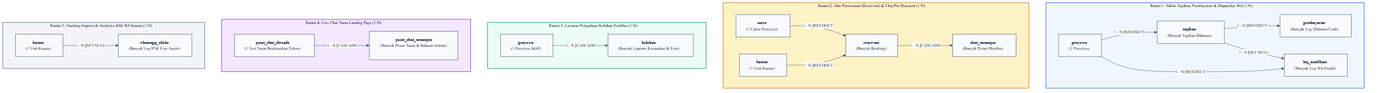
Before: Blueprint/erd/diagram_relasi_one_to_many.png, a diagram exported from Mermaid (rafifarsyapradiva/asri-boarding-house). Its source is kept beside it as Blueprint/erd/diagram_relasi_one_to_many.mmd.
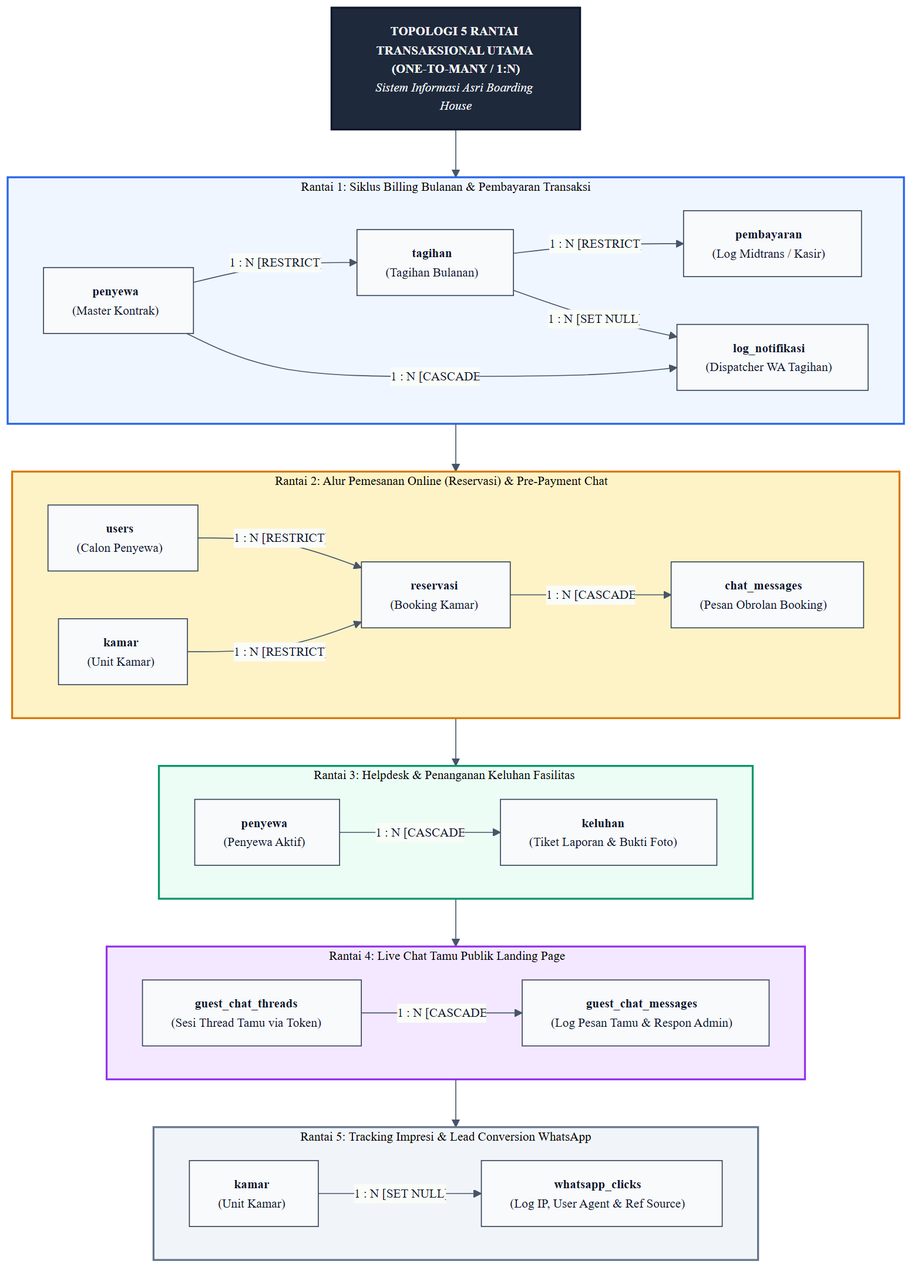
After the change.

The edit, as a diff of the source:
```diff
@@ -5,43 +5,52 @@
     'primaryTextColor': '#0F172A',
     'primaryBorderColor': '#334155',
     'lineColor': '#475569',
-    'fontSize': '12px',
+    'fontSize': '13px',
     'fontFamily': 'Inter, system-ui, sans-serif'
   }
 }}%%
-flowchart TD
-    subgraph CHAIN1["Rantai 1: Siklus Tagihan, Pembayaran & Dispatcher WA (1:N)"]
+flowchart TB
+    TITLE["<b>TOPOLOGI 5 RANTAI TRANSAKSIONAL UTAMA (ONE-TO-MANY / 1:N)</b><br><i>Sistem Informasi Asri Boarding House</i>"]
+
+    subgraph CHAIN1["Rantai 1: Siklus Billing Bulanan & Pembayaran Transaksi"]
         direction LR
-        P["<b>penyewa</b><br>(1 Penyewa)"] -->|"1 : N [RESTRICT]"| T["<b>tagihan</b><br>(Banyak Tagihan Bulanan)"]
-        T -->|"1 : N [RESTRICT]"| PAY["<b>pembayaran</b><br>(Banyak Log Midtrans/Cash)"]
-        T -->|"1 : N [SET NULL]"| NOTIF["<b>log_notifikasi</b><br>(Banyak Log WA/Email)"]
-        P -->|"1 : N [RESTRICT]"| NOTIF
+        P1["<b>penyewa</b><br>(Master Kontrak)"] -->|"1 : N [RESTRICT]"| T1["<b>tagihan</b><br>(Tagihan Bulanan)"]
+        T1 -->|"1 : N [RESTRICT]"| PAY1["<b>pembayaran</b><br>(Log Midtrans / Kasir)"]
+        T1 -->|"1 : N [SET NULL]"| NOTIF1["<b>log_notifikasi</b><br>(Dispatcher WA Tagihan)"]
+        P1 -->|"1 : N [CASCADE]"| NOTIF1
     end
 
-    subgraph CHAIN2["Rantai 2: Alur Pemesanan (Reservasi) & Chat Pre-Payment (1:N)"]
+    subgraph CHAIN2["Rantai 2: Alur Pemesanan Online (Reservasi) & Pre-Payment Chat"]
         direction LR
-        U["<b>users</b><br>(1 Calon Penyewa)"] -->|"1 : N [RESTRICT]"| RES["<b>reservasi</b><br>(Banyak Booking)"]
-        K["<b>kamar</b><br>(1 Unit Kamar)"] -->|"1 : N [RESTRICT]"| RES
-        RES -->|"1 : N [CASCADE]"| CHAT["<b>chat_messages</b><br>(Banyak Pesan Obrolan)"]
+        U2["<b>users</b><br>(Calon Penyewa)"] -->|"1 : N [RESTRICT]"| RES2["<b>reservasi</b><br>(Booking Kamar)"]
+        K2["<b>kamar</b><br>(Unit Kamar)"] -->|"1 : N [RESTRICT]"| RES2
+        RES2 -->|"1 : N [CASCADE]"| CHAT2["<b>chat_messages</b><br>(Pesan Obrolan Booking)"]
     end
 
-    subgraph CHAIN3["Rantai 3: Layanan Pengaduan Keluhan Fasilitas (1:N)"]
+    subgraph CHAIN3["Rantai 3: Helpdesk & Penanganan Keluhan Fasilitas"]
         direction LR
-        P2["<b>penyewa</b><br>(1 Penyewa Aktif)"] -->|"1 : N [CASCADE]"| KEL["<b>keluhan</b><br>(Banyak Laporan Kerusakan & Foto)"]
+        P3["<b>penyewa</b><br>(Penyewa Aktif)"] -->|"1 : N [CASCADE]"| KEL3["<b>keluhan</b><br>(Tiket Laporan & Bukti Foto)"]
     end
 
-    subgraph CHAIN4["Rantai 4: Live Chat Tamu Landing Page (1:N)"]
+    subgraph CHAIN4["Rantai 4: Live Chat Tamu Publik Landing Page"]
         direction LR
-        TH["<b>guest_chat_threads</b><br>(1 Sesi Tamu Berdasarkan Token)"] -->|"1 : N [CASCADE]"| MSG["<b>guest_chat_messages</b><br>(Banyak Pesan Tamu & Balasan Admin)"]
+        TH4["<b>guest_chat_threads</b><br>(Sesi Thread Tamu via Token)"] -->|"1 : N [CASCADE]"| MSG4["<b>guest_chat_messages</b><br>(Log Pesan Tamu & Respon Admin)"]
     end
 
-    subgraph CHAIN5["Rantai 5: Tracking Impresi & Analytics Klik WA Kamar (1:N)"]
+    subgraph CHAIN5["Rantai 5: Tracking Impresi & Lead Conversion WhatsApp"]
         direction LR
-        K2["<b>kamar</b><br>(1 Unit Kamar)"] -->|"1 : N [SET NULL]"| WA["<b>whatsapp_clicks</b><br>(Banyak Log IP & User Agent)"]
+        K5["<b>kamar</b><br>(Unit Kamar)"] -->|"1 : N [SET NULL]"| WA5["<b>whatsapp_clicks</b><br>(Log IP, User Agent & Ref Source)"]
     end
 
-    style CHAIN1 fill:#EFF6FF,stroke:#2563EB,stroke-width:1.5px
-    style CHAIN2 fill:#FEF3C7,stroke:#D97706,stroke-width:1.5px
-    style CHAIN3 fill:#ECFDF5,stroke:#059669,stroke-width:1.5px
-    style CHAIN4 fill:#F3E8FF,stroke:#9333EA,stroke-width:1.5px
-    style CHAIN5 fill:#F1F5F9,stroke:#64748B,stroke-width:1.5px
+    TITLE --> CHAIN1
+    CHAIN1 --> CHAIN2
+    CHAIN2 --> CHAIN3
+    CHAIN3 --> CHAIN4
+    CHAIN4 --> CHAIN5
+
+    style TITLE fill:#1E293B,stroke:#0F172A,color:#F8FAFC,stroke-width:2px
+    style CHAIN1 fill:#EFF6FF,stroke:#2563EB,stroke-width:2px
+    style CHAIN2 fill:#FEF3C7,stroke:#D97706,stroke-width:2px
+    style CHAIN3 fill:#ECFDF5,stroke:#059669,stroke-width:2px
+    style CHAIN4 fill:#F3E8FF,stroke:#9333EA,stroke-width:2px
+    style CHAIN5 fill:#F1F5F9,stroke:#64748B,stroke-width:2px
```
